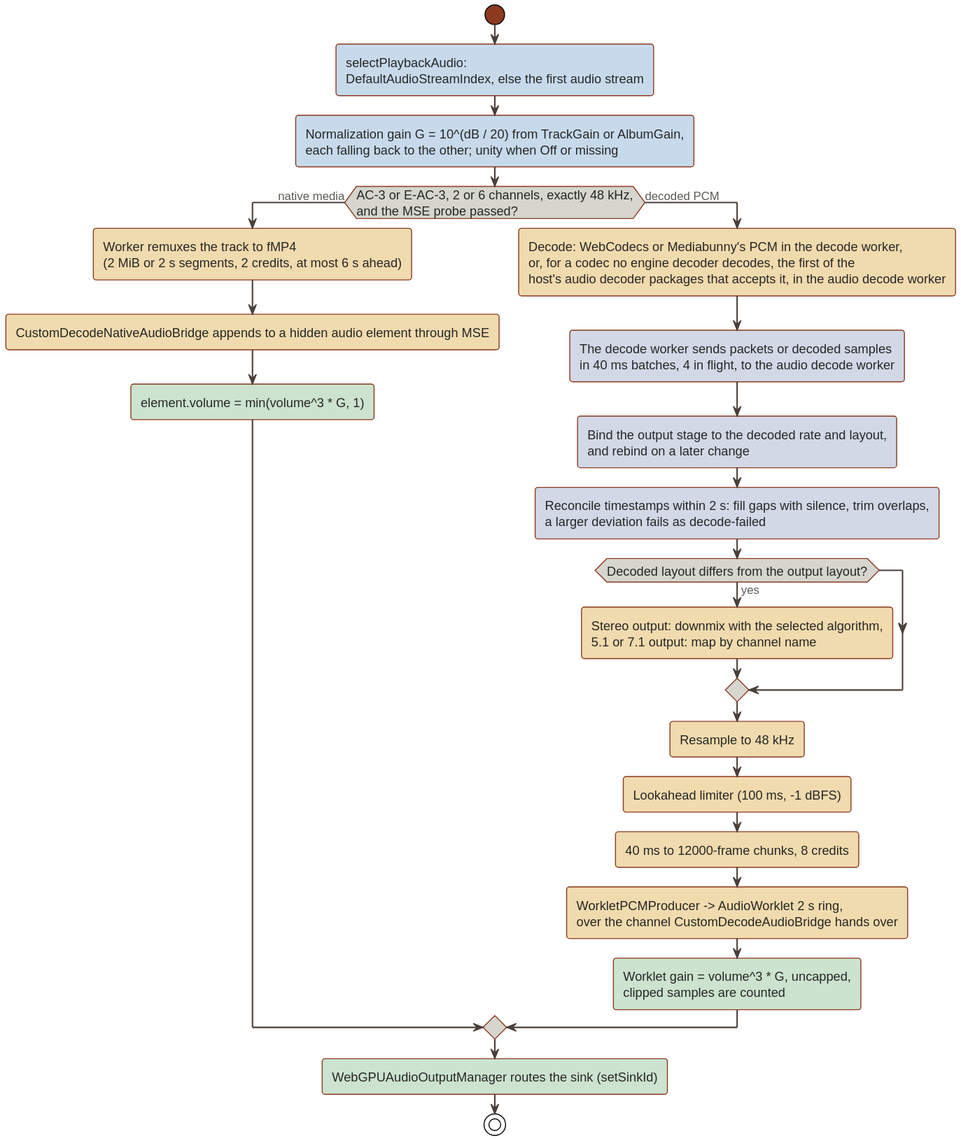
Above: docs/src/diagrams/audio-output.light.svg in alchemyyy/WebGPU-Player (PlantUML), before the change.
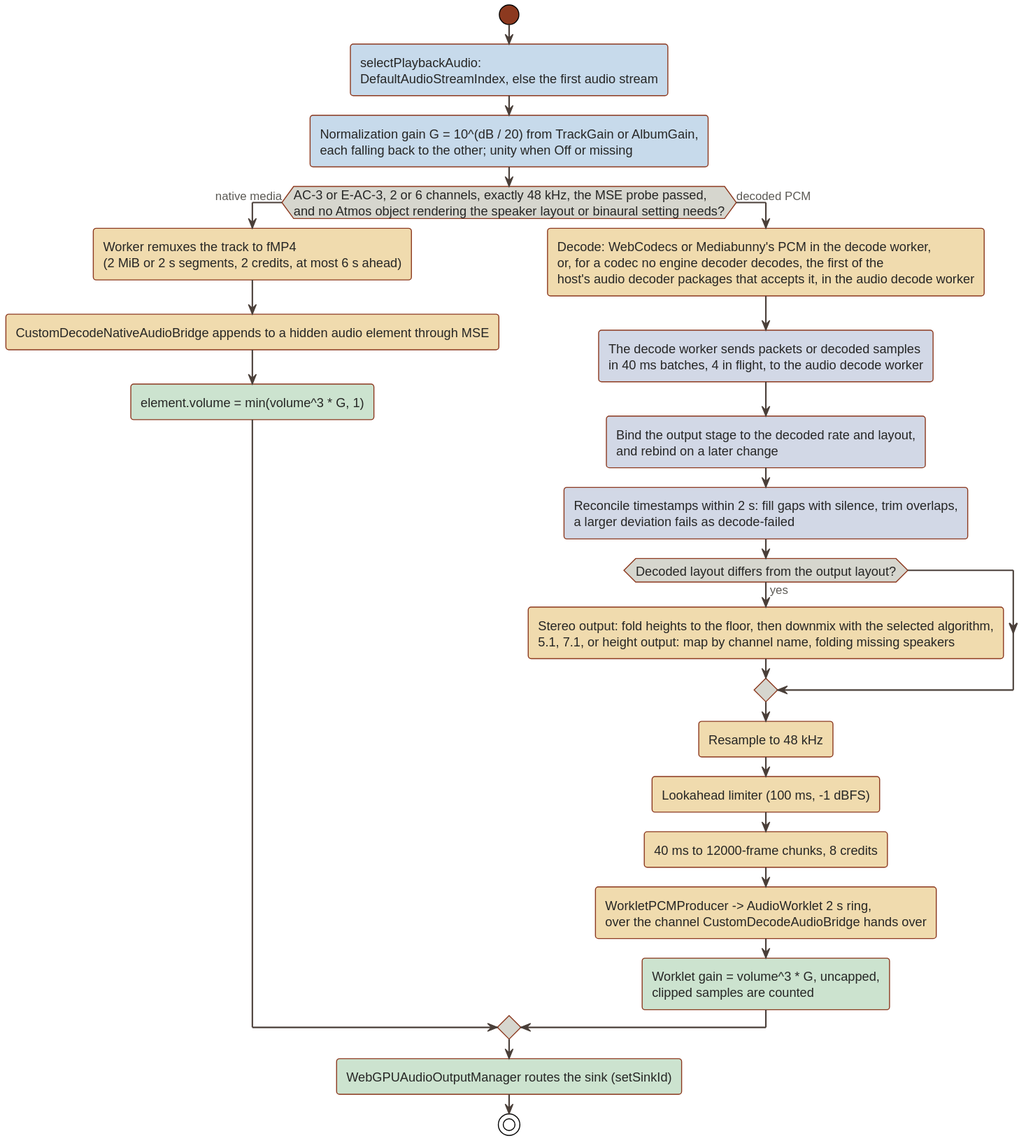
After the commit.

The edit, as a diff of the source:
```diff
@@ -6,7 +6,7 @@
 DefaultAudioStreamIndex, else the first audio stream; <<$HL_BLUE>>
 :Normalization gain G = 10^(dB / 20) from TrackGain or AlbumGain,
 each falling back to the other; unity when Off or missing; <<$HL_BLUE>>
-if (AC-3 or E-AC-3, 2 or 6 channels, exactly 48 kHz,\nand the MSE probe passed?) then (native media)
+if (AC-3 or E-AC-3, 2 or 6 channels, exactly 48 kHz, the MSE probe passed,\nand no Atmos object rendering the speaker layout or binaural setting needs?) then (native media)
   :Worker remuxes the track to fMP4
   (2 MiB or 2 s segments, 2 credits, at most 6 s ahead); <<$HL_AMBER>>
   :CustomDecodeNativeAudioBridge appends to a hidden audio element through MSE; <<$HL_AMBER>>
@@ -22,8 +22,8 @@
   :Reconcile timestamps within 2 s: fill gaps with silence, trim overlaps,
   a larger deviation fails as decode-failed; <<$HL_NAVY>>
   if (Decoded layout differs from the output layout?) then (yes)
-    :Stereo output: downmix with the selected algorithm,
-    5.1 or 7.1 output: map by channel name; <<$HL_AMBER>>
+    :Stereo output: fold heights to the floor, then downmix with the selected algorithm,
+    5.1, 7.1, or height output: map by channel name, folding missing speakers; <<$HL_AMBER>>
   endif
   :Resample to 48 kHz; <<$HL_AMBER>>
   :Lookahead limiter (100 ms, -1 dBFS); <<$HL_AMBER>>
```
